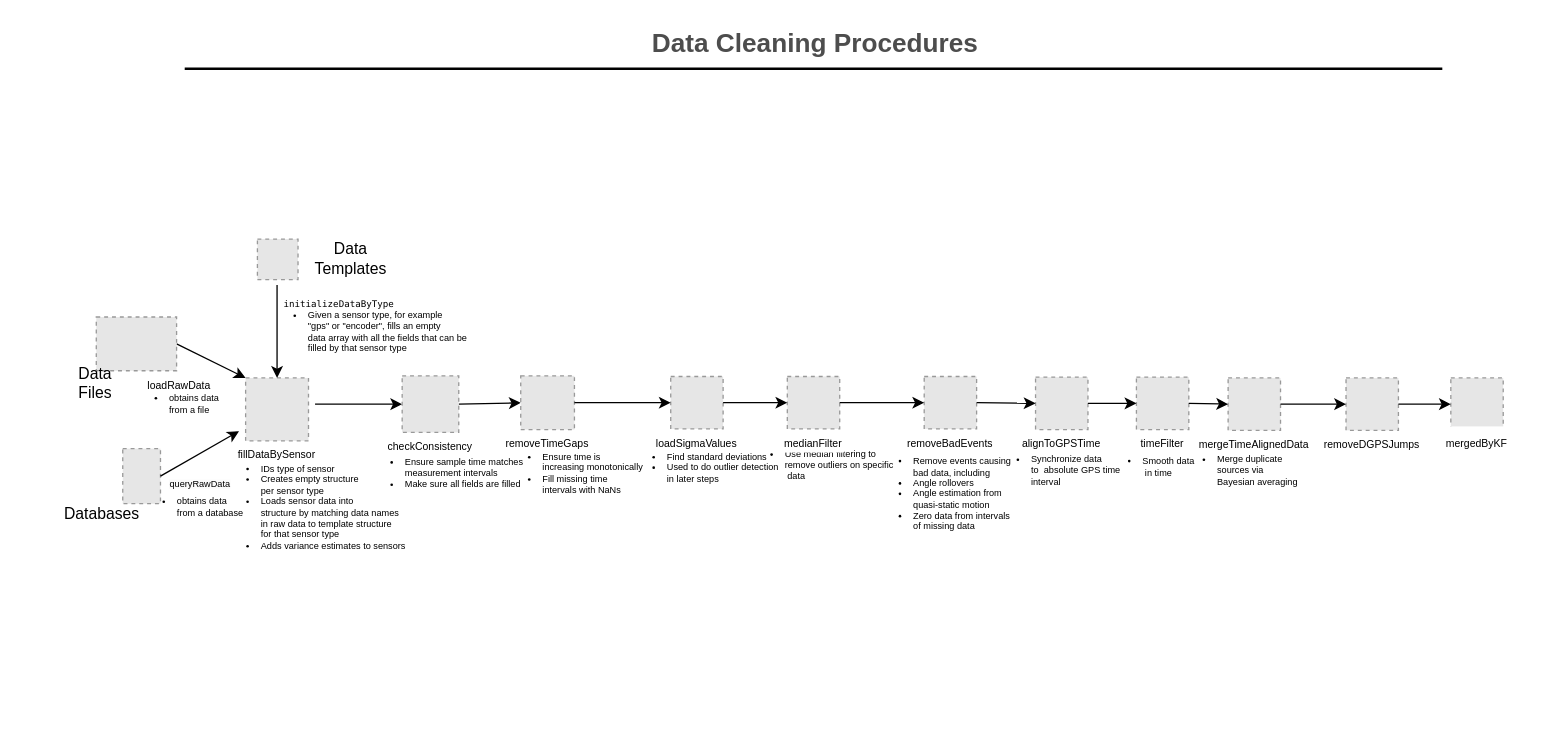
ivsg-psu/FeatureExtraction_DataCleanClassLibrary keeps this draw.io diagram as Documents/DataCleanProcess.drawio. Above is the earlier version. Source tidied: cells renumbered, new cells numbered last; positions are measured from the earlier drawing's top-left corner, leaving out a move shared by most shapes. Both pictures are drawn from the tidied source at 131%, with x=0, y=0 at pixel (48, 22). Pictures stored in the file or linked from it are replaced by grey dashed boxes.
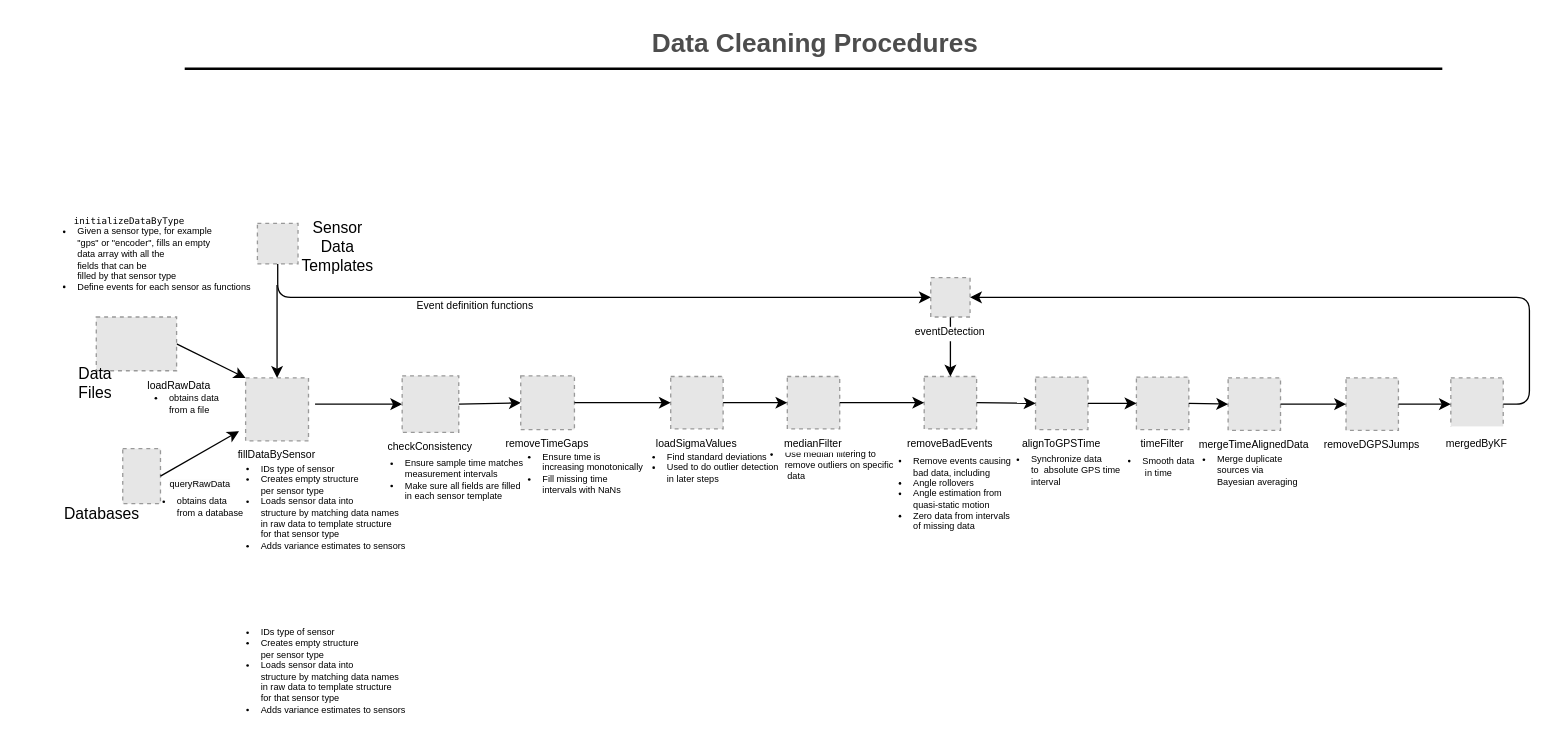
After the change.

Commit message:
FEAT: updated drawio flow diagram with event dependency

The change refers to these unchanged cells:
```xml
<mxCell id="18" style="jettySize=auto;html=1;curved=1;sourcePerimeterSpacing=5;targetPerimeterSpacing=5;entryX=0.5;entryY=0;entryDx=0;entryDy=0;" parent="1" edge="1" target="4">
  <mxGeometry relative="1" as="geometry">
    <mxPoint x="174" y="200" as="sourcePoint" />
  </mxGeometry>
</mxCell>
<mxCell id="34" value="removeBadEvents" style="fillColor=#E6E6E6;strokeColor=#999999;dashed=1;verticalLabelPosition=bottom;labelBackgroundColor=default;verticalAlign=top;fontSize=8;" parent="1" vertex="1">
  <mxGeometry x="668" y="269.9" width="40" height="40" as="geometry" />
</mxCell>
<mxCell id="47" value="&#10;mergedByKF" style="fillColor=#E6E6E6;strokeColor=#999999;dashed=1;verticalLabelPosition=bottom;labelBackgroundColor=default;verticalAlign=top;fontSize=8;spacing=-9;labelPosition=center;align=center;" parent="1" vertex="1">
  <mxGeometry x="1070" y="271" width="40" height="40" as="geometry" />
</mxCell>
```

Change to the diagram source:
```diff
@@
     <mxCell id="19" value="&lt;div style=&quot;padding: 30px; text-align: start;&quot; class=&quot;rtcContent&quot;&gt;&lt;div style=&quot;font-family: Menlo, Monaco, Consolas, &amp;quot;Courier New&amp;quot;, monospace;&quot; class=&quot;lineNode&quot;&gt;&lt;font style=&quot;font-size: 7px;&quot;&gt;initializeDataByType&lt;/font&gt;&lt;/div&gt;&lt;/div&gt;" style="edgeLabel;html=1;align=center;verticalAlign=middle;fontSize=8;labelBackgroundColor=none;spacing=1;" parent="18" vertex="1">
       <mxGeometry x="-0.63" relative="1" as="geometry">
-        <mxPoint x="46" as="offset" />
+        <mxPoint x="-114" y="-63" as="offset" />
       </mxGeometry>
     </mxCell>
-    <mxCell id="20" value="Data&lt;br&gt;Templates" style="text;html=1;align=center;verticalAlign=middle;strokeColor=none;fillColor=none;" parent="1" vertex="1">
-      <mxGeometry x="189.5" y="160" width="80" height="40" as="geometry" />
+    <mxCell id="20" value="Sensor&lt;br&gt;Data&lt;br&gt;Templates" style="text;html=1;align=center;verticalAlign=middle;strokeColor=none;fillColor=none;" parent="1" vertex="1">
+      <mxGeometry x="180" y="140.5" width="80" height="60" as="geometry" />
     </mxCell>
     <mxCell id="21" style="fillColor=#E6E6E6;strokeColor=#999999;dashed=1;verticalLabelPosition=bottom;labelBackgroundColor=default;verticalAlign=top;" parent="1" vertex="1">
-      <mxGeometry x="159" y="165" width="31" height="31" as="geometry" />
+      <mxGeometry x="159" y="153" width="31" height="31" as="geometry" />
     </mxCell>
-    <mxCell id="22" value="&lt;ul&gt;&lt;li&gt;Given a sensor type, for example &lt;br&gt;&quot;gps&quot; or &quot;encoder&quot;, fills an empty&amp;nbsp;&lt;br&gt;data array with all the fields that can be&amp;nbsp;&lt;br&gt;filled by that sensor type&lt;/li&gt;&lt;/ul&gt;" style="text;html=1;align=left;verticalAlign=middle;strokeColor=none;fillColor=none;fontSize=7;" parent="1" vertex="1">
-      <mxGeometry x="156" y="206" width="190" height="60" as="geometry" />
+    <mxCell id="22" value="&lt;ul&gt;&lt;li&gt;Given a sensor type, for example &lt;br&gt;&quot;gps&quot; or &quot;encoder&quot;, fills an empty&amp;nbsp;&lt;br&gt;data array with all the &lt;br&gt;fields that can be&amp;nbsp;&lt;br&gt;filled by that sensor type&lt;/li&gt;&lt;li&gt;Define events for each sensor as functions&lt;/li&gt;&lt;/ul&gt;" style="text;html=1;align=left;verticalAlign=middle;strokeColor=none;fillColor=none;fontSize=7;" parent="1" vertex="1">
+      <mxGeometry x="-20" y="140.5" width="200" height="80" as="geometry" />
     </mxCell>
@@
-    <mxCell id="24" value="&lt;ul&gt;&lt;li&gt;Ensure sample time matches&lt;br&gt;measurement intervals&lt;/li&gt;&lt;li&gt;Make sure all fields are filled&lt;/li&gt;&lt;/ul&gt;" style="text;html=1;align=left;verticalAlign=middle;strokeColor=none;fillColor=none;fontSize=7;" parent="1" vertex="1">
-      <mxGeometry x="230" y="319" width="150" height="50" as="geometry" />
+    <mxCell id="24" value="&lt;ul&gt;&lt;li&gt;Ensure sample time matches&lt;br&gt;measurement intervals&lt;/li&gt;&lt;li&gt;Make sure all fields are filled&lt;br&gt;in each sensor template&lt;/li&gt;&lt;/ul&gt;" style="text;html=1;align=left;verticalAlign=middle;strokeColor=none;fillColor=none;fontSize=7;" parent="1" vertex="1">
+      <mxGeometry x="229.5" y="319" width="150" height="60" as="geometry" />
     </mxCell>
@@
+    <mxCell id="49" style="jettySize=auto;html=1;curved=1;sourcePerimeterSpacing=5;targetPerimeterSpacing=5;entryX=0.5;entryY=0;entryDx=0;entryDy=0;exitX=0.5;exitY=1;exitDx=0;exitDy=0;" parent="1" edge="1" source="50" target="34">
+      <mxGeometry relative="1" as="geometry" />
+    </mxCell>
+    <mxCell id="50" value="eventDetection" style="fillColor=#E6E6E6;strokeColor=#999999;dashed=1;verticalLabelPosition=bottom;labelBackgroundColor=default;verticalAlign=top;fontSize=8;" parent="1" vertex="1">
+      <mxGeometry x="673" y="194.5" width="30" height="30" as="geometry" />
+    </mxCell>
+    <mxCell id="51" style="jettySize=auto;html=1;sourcePerimeterSpacing=5;targetPerimeterSpacing=5;exitX=0.5;exitY=1;exitDx=0;exitDy=0;edgeStyle=orthogonalEdgeStyle;entryX=0;entryY=0.5;entryDx=0;entryDy=0;" parent="1" edge="1" source="21" target="50">
+      <mxGeometry relative="1" as="geometry" />
+    </mxCell>
+    <mxCell id="52" value="&lt;font style=&quot;font-size: 8px;&quot;&gt;Event definition functions&lt;/font&gt;" style="text;html=1;align=center;verticalAlign=middle;strokeColor=none;fillColor=none;" parent="1" vertex="1">
+      <mxGeometry x="269.5" y="200" width="110" height="30" as="geometry" />
+    </mxCell>
+    <mxCell id="53" style="jettySize=auto;html=1;sourcePerimeterSpacing=5;targetPerimeterSpacing=5;exitX=1;exitY=0.5;exitDx=0;exitDy=0;edgeStyle=orthogonalEdgeStyle;entryX=1;entryY=0.5;entryDx=0;entryDy=0;" parent="1" edge="1" source="47" target="50">
+      <mxGeometry relative="1" as="geometry" />
+    </mxCell>
+    <mxCell id="54" value="&lt;ul&gt;&lt;li&gt;&lt;span style=&quot;background-color: initial;&quot;&gt;IDs type of sensor&lt;/span&gt;&lt;br&gt;&lt;/li&gt;&lt;li&gt;&lt;span style=&quot;background-color: initial;&quot;&gt;Creates empty structure&lt;br&gt;per sensor type&lt;/span&gt;&lt;/li&gt;&lt;li style=&quot;border-color: var(--border-color);&quot;&gt;&lt;span style=&quot;border-color: var(--border-color); background-color: initial;&quot;&gt;Loads sensor data into&amp;nbsp;&lt;br&gt;structure by matching data names&lt;br&gt;in raw data to template structure&amp;nbsp;&lt;br&gt;for that sensor type&lt;/span&gt;&lt;/li&gt;&lt;li&gt;Adds variance estimates to sensors&lt;/li&gt;&lt;/ul&gt;" style="text;html=1;align=left;verticalAlign=middle;strokeColor=none;fillColor=none;fontSize=7;" parent="1" vertex="1">
+      <mxGeometry x="120" y="450" width="170" height="90" as="geometry" />
+    </mxCell>
```
